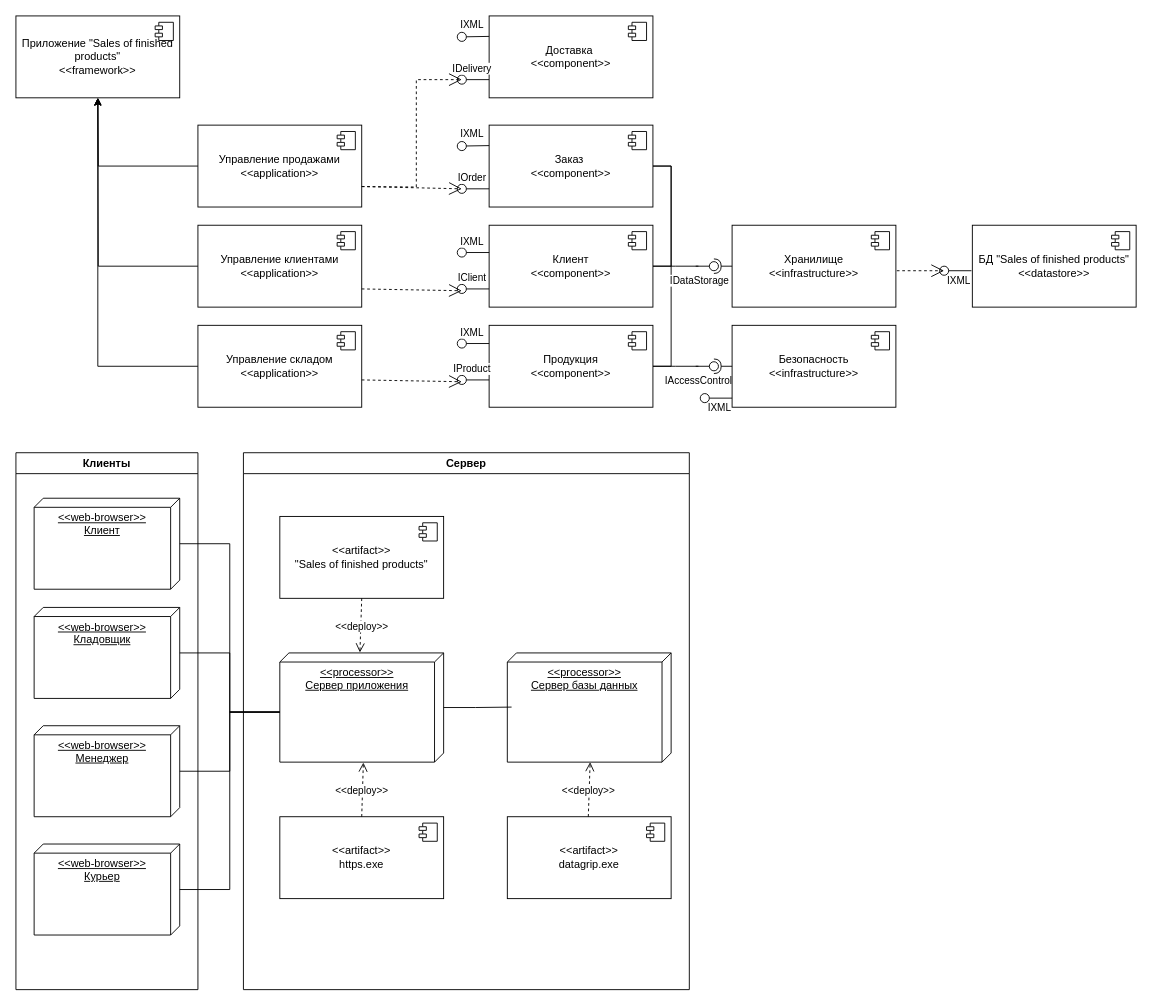
The draw.io diagram ОРТПС_7.drawio in mopsin666/AKMS, before the edit. Source tidied: cells renumbered, new cells numbered last; positions are measured from the earlier drawing's top-left corner, leaving out a move shared by most shapes. Both pictures are drawn from the tidied source at 91%, with x=0, y=0 at pixel (15, 15).
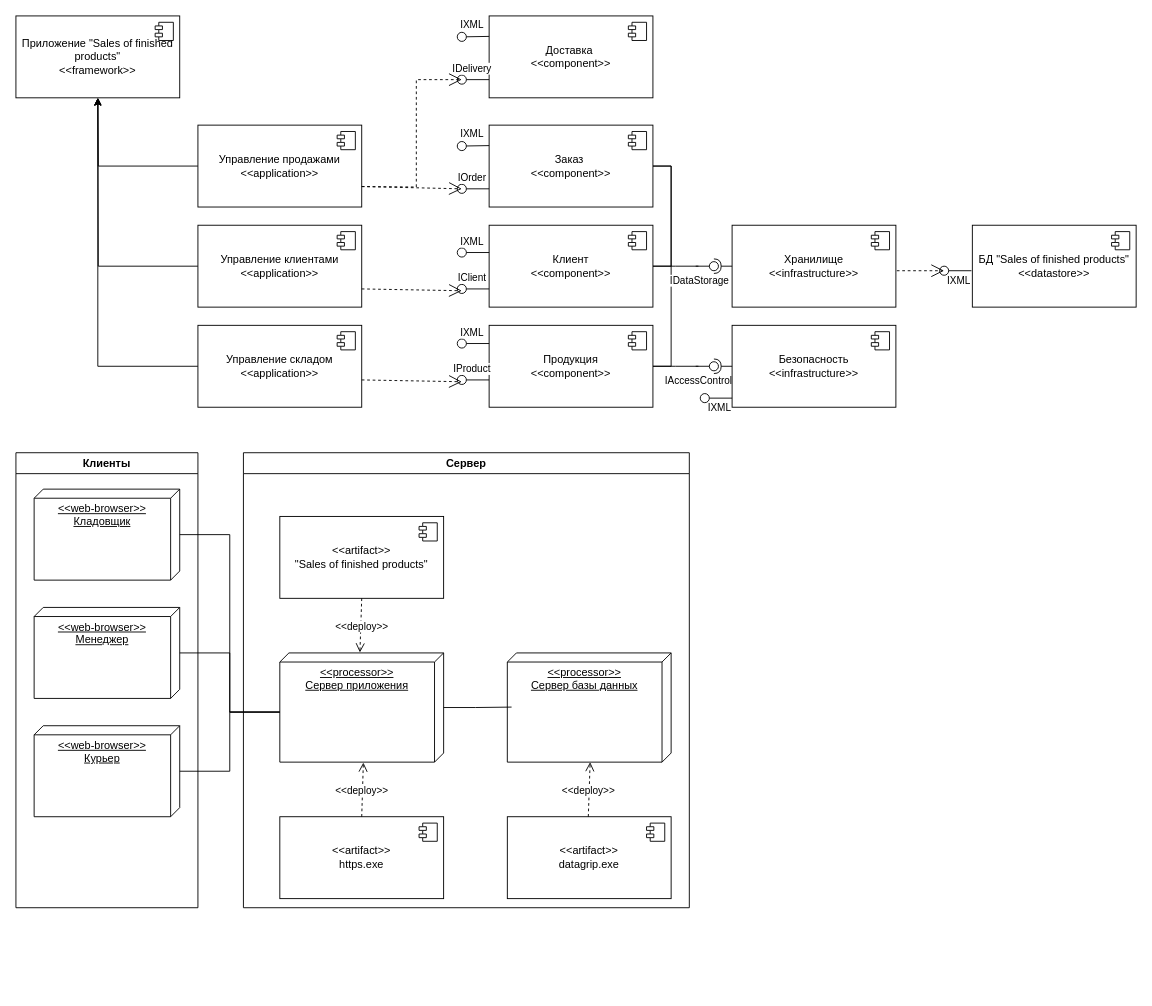
After the change.

The change refers to these unchanged cells:
```xml
<mxCell id="74" value="&amp;lt;&amp;lt;processor&amp;gt;&amp;gt;&lt;br&gt;Сервер приложения" style="verticalAlign=top;align=center;spacingTop=8;spacingLeft=2;spacingRight=12;shape=cube;size=10;direction=south;fontStyle=4;html=1;whiteSpace=wrap;" parent="71" vertex="1">
  <mxGeometry x="40" y="220" width="180" height="120" as="geometry" />
</mxCell>
```

Diff of the diagram source:
```diff
@@
     <mxCell id="66" value="Клиенты" style="swimlane;whiteSpace=wrap;html=1;" parent="1" vertex="1">
-      <mxGeometry y="480" width="200" height="590" as="geometry" />
+      <mxGeometry y="480" width="200" height="500" as="geometry" />
     </mxCell>
-    <mxCell id="67" value="&amp;lt;&amp;lt;web-browser&amp;gt;&amp;gt;&lt;br&gt;Клиент" style="verticalAlign=top;align=center;spacingTop=8;spacingLeft=2;spacingRight=12;shape=cube;size=10;direction=south;fontStyle=4;html=1;whiteSpace=wrap;" parent="66" vertex="1">
-      <mxGeometry x="20" y="50" width="160" height="100" as="geometry" />
-    </mxCell>
     <mxCell id="68" value="&amp;lt;&amp;lt;web-browser&amp;gt;&amp;gt;&lt;br&gt;Кладовщик" style="verticalAlign=top;align=center;spacingTop=8;spacingLeft=2;spacingRight=12;shape=cube;size=10;direction=south;fontStyle=4;html=1;whiteSpace=wrap;" parent="66" vertex="1">
-      <mxGeometry x="20" y="170" width="160" height="100" as="geometry" />
+      <mxGeometry x="20" y="40" width="160" height="100" as="geometry" />
     </mxCell>
     <mxCell id="69" value="&amp;lt;&amp;lt;web-browser&amp;gt;&amp;gt;&lt;br&gt;Менеджер" style="verticalAlign=top;align=center;spacingTop=8;spacingLeft=2;spacingRight=12;shape=cube;size=10;direction=south;fontStyle=4;html=1;whiteSpace=wrap;" parent="66" vertex="1">
-      <mxGeometry x="20" y="300" width="160" height="100" as="geometry" />
+      <mxGeometry x="20" y="170" width="160" height="100" as="geometry" />
     </mxCell>
     <mxCell id="70" value="&amp;lt;&amp;lt;web-browser&amp;gt;&amp;gt;&lt;br&gt;Курьер" style="verticalAlign=top;align=center;spacingTop=8;spacingLeft=2;spacingRight=12;shape=cube;size=10;direction=south;fontStyle=4;html=1;whiteSpace=wrap;" parent="66" vertex="1">
-      <mxGeometry x="20" y="430" width="160" height="100" as="geometry" />
+      <mxGeometry x="20" y="300" width="160" height="100" as="geometry" />
     </mxCell>
     <mxCell id="71" value="Сервер" style="swimlane;whiteSpace=wrap;html=1;" parent="1" vertex="1">
-      <mxGeometry x="250" y="480" width="490" height="590" as="geometry" />
+      <mxGeometry x="250" y="480" width="490" height="500" as="geometry" />
     </mxCell>
@@
-    <mxCell id="84" style="edgeStyle=orthogonalEdgeStyle;rounded=0;jettySize=auto;html=1;entryX=0;entryY=0;entryDx=65;entryDy=180;entryPerimeter=0;endArrow=none;endFill=0;" parent="1" edge="1" source="67" target="74">
-      <mxGeometry relative="1" as="geometry" />
-    </mxCell>
```
